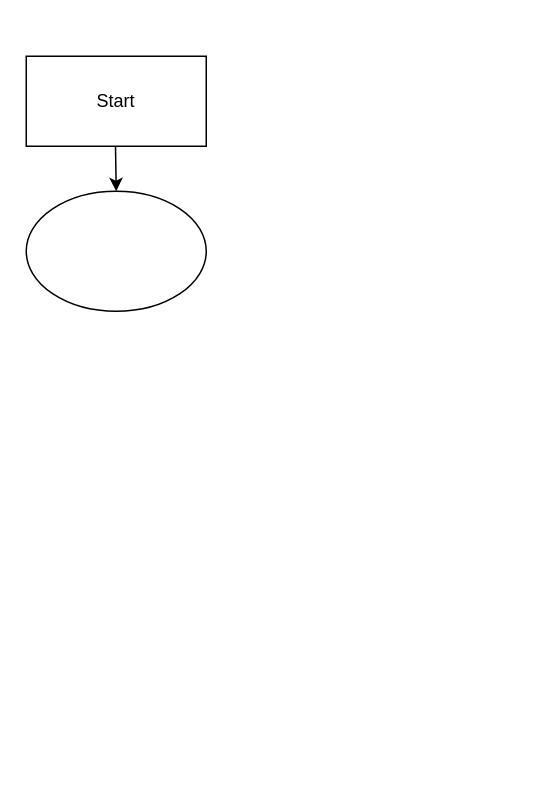
przemekstelmach/PierwszyProjekt keeps this draw.io diagram as Untitled Diagram.drawio. Above is the earlier version. Source tidied: cells renumbered, new cells numbered last; positions are measured from the earlier drawing's top-left corner, leaving out a move shared by most shapes. Both pictures are drawn from the tidied source at 150%, with x=0, y=0 at pixel (26, 56).
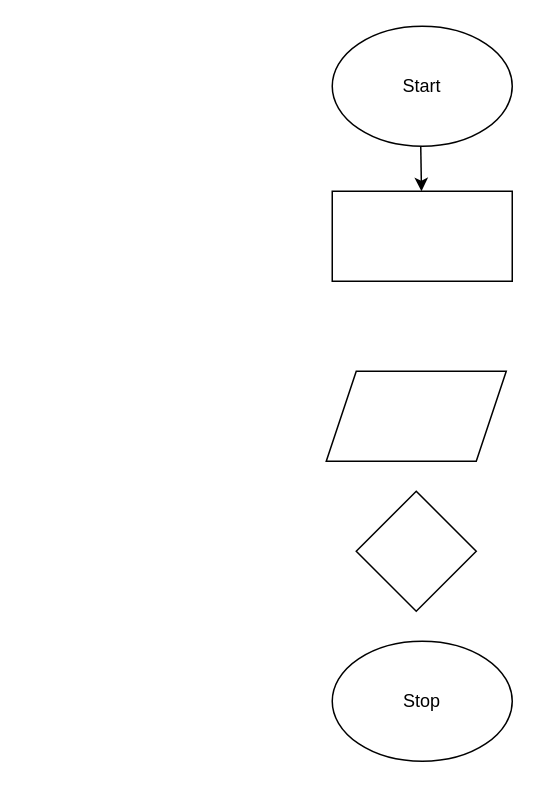
The same page after the edit.

What changed in the source:
```diff
@@
 <mxGraphModel>
   <root>
     <mxCell id="0" />
     <mxCell id="1" parent="0" />
-    <mxCell id="2" value="Start" style="rounded=0;whiteSpace=wrap;html=1;" parent="1" vertex="1">
-      <mxGeometry width="120" height="60" as="geometry" />
+    <mxCell id="2" style="rounded=0;whiteSpace=wrap;html=1;" parent="1" vertex="1">
+      <mxGeometry x="204" y="90" width="120" height="60" as="geometry" />
     </mxCell>
     <mxCell id="3" style="endArrow=classic;html=1;rounded=0;" parent="1" edge="1">
       <mxGeometry relative="1" as="geometry">
-        <mxPoint x="59.5" y="60" as="sourcePoint" />
-        <mxPoint x="60" y="90" as="targetPoint" />
+        <mxPoint x="263" y="60" as="sourcePoint" />
+        <mxPoint x="263.5" y="90" as="targetPoint" />
       </mxGeometry>
     </mxCell>
-    <mxCell id="4" style="ellipse;whiteSpace=wrap;html=1;" parent="1" vertex="1">
-      <mxGeometry y="90" width="120" height="80" as="geometry" />
+    <mxCell id="4" value="Start" style="ellipse;whiteSpace=wrap;html=1;" parent="1" vertex="1">
+      <mxGeometry x="204" y="-20" width="120" height="80" as="geometry" />
     </mxCell>
+    <mxCell id="5" value="Stop" style="ellipse;whiteSpace=wrap;html=1;" parent="1" vertex="1">
+      <mxGeometry x="204" y="390" width="120" height="80" as="geometry" />
+    </mxCell>
+    <mxCell id="6" style="shape=parallelogram;perimeter=parallelogramPerimeter;whiteSpace=wrap;html=1;fixedSize=1;" parent="1" vertex="1">
+      <mxGeometry x="200" y="210" width="120" height="60" as="geometry" />
+    </mxCell>
+    <mxCell id="7" style="rhombus;whiteSpace=wrap;html=1;" parent="1" vertex="1">
+      <mxGeometry x="220" y="290" width="80" height="80" as="geometry" />
+    </mxCell>
   </root>
 </mxGraphModel>
```
